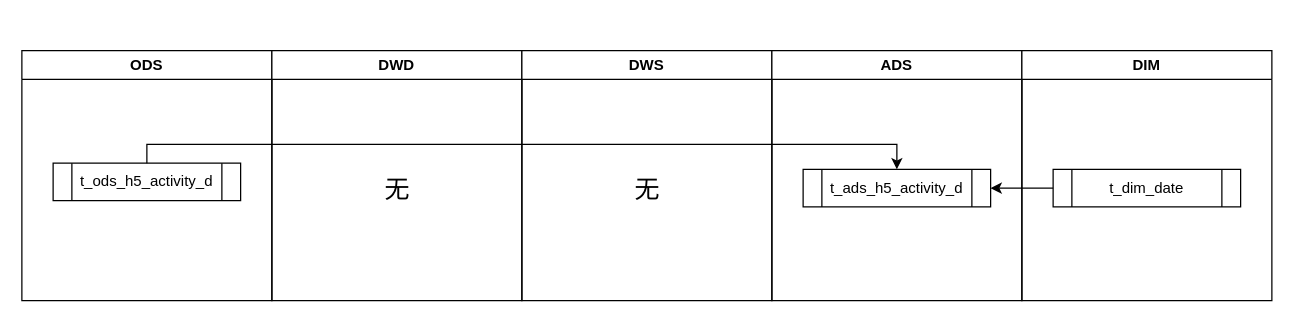
This is H5页面ETL.drawio from shaozc3g/draw_io, a draw.io file, before an edit. Source tidied: cells renumbered, new cells numbered last; positions are measured from the earlier drawing's top-left corner, leaving out a move shared by most shapes. Both pictures are drawn from the tidied source at 125%, with x=0, y=0 at pixel (21, 50).
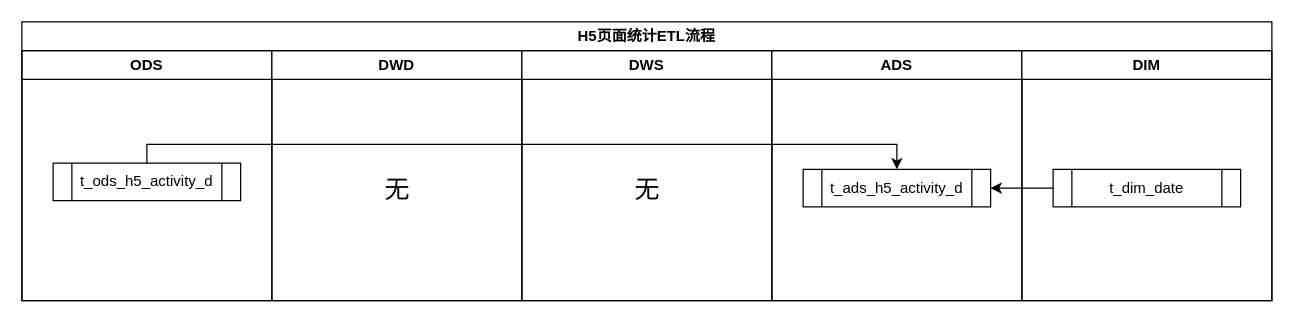
Above is the later version.

Change to the diagram source:
```diff
@@
 <mxGraphModel>
   <root>
     <mxCell id="0" />
     <mxCell id="1" parent="0" />
     <mxCell id="2" value="ODS" style="swimlane;whiteSpace=wrap;html=1;" parent="1" vertex="1">
       <mxGeometry width="200" height="200" as="geometry" />
     </mxCell>
     <mxCell id="3" value="t_ods_h5_activity_d" style="shape=process;whiteSpace=wrap;html=1;backgroundOutline=1;" parent="2" vertex="1">
       <mxGeometry x="25" y="90" width="150" height="30" as="geometry" />
     </mxCell>
     <mxCell id="4" value="DWD" style="swimlane;whiteSpace=wrap;html=1;" parent="1" vertex="1">
       <mxGeometry x="200" width="200" height="200" as="geometry" />
     </mxCell>
     <mxCell id="5" value="无" style="text;html=1;align=center;verticalAlign=middle;strokeColor=none;fillColor=none;fontSize=20;" parent="4" vertex="1">
       <mxGeometry x="80" y="90" width="40" height="40" as="geometry" />
     </mxCell>
     <mxCell id="6" value="DWS" style="swimlane;whiteSpace=wrap;html=1;" parent="1" vertex="1">
       <mxGeometry x="400" width="200" height="200" as="geometry" />
     </mxCell>
     <mxCell id="7" value="无" style="text;html=1;align=center;verticalAlign=middle;strokeColor=none;fillColor=none;fontSize=20;" parent="6" vertex="1">
       <mxGeometry x="80" y="90" width="40" height="40" as="geometry" />
     </mxCell>
     <mxCell id="8" value="ADS" style="swimlane;whiteSpace=wrap;html=1;" parent="1" vertex="1">
       <mxGeometry x="600" width="200" height="200" as="geometry" />
     </mxCell>
     <mxCell id="9" value="t_ads_h5_activity_d" style="shape=process;whiteSpace=wrap;html=1;backgroundOutline=1;" parent="8" vertex="1">
       <mxGeometry x="25" y="95" width="150" height="30" as="geometry" />
     </mxCell>
     <mxCell id="10" value="DIM" style="swimlane;whiteSpace=wrap;html=1;" parent="1" vertex="1">
       <mxGeometry x="800" width="200" height="200" as="geometry" />
     </mxCell>
     <mxCell id="11" value="t_dim_date" style="shape=process;whiteSpace=wrap;html=1;backgroundOutline=1;" parent="10" vertex="1">
       <mxGeometry x="25" y="95" width="150" height="30" as="geometry" />
     </mxCell>
     <mxCell id="12" style="edgeStyle=orthogonalEdgeStyle;rounded=0;jettySize=auto;html=1;" parent="1" edge="1" source="11" target="9">
       <mxGeometry relative="1" as="geometry" />
     </mxCell>
     <mxCell id="13" style="edgeStyle=orthogonalEdgeStyle;rounded=0;jettySize=auto;html=1;entryX=0.5;entryY=0;entryDx=0;entryDy=0;" parent="1" edge="1" source="3" target="9">
       <mxGeometry relative="1" as="geometry">
         <Array as="points">
           <mxPoint x="100" y="75" />
           <mxPoint x="700" y="75" />
         </Array>
       </mxGeometry>
     </mxCell>
+    <mxCell id="14" value="H5页面统计ETL流程" style="swimlane;whiteSpace=wrap;html=1;" parent="1" vertex="1">
+      <mxGeometry y="-23" width="1000" height="223" as="geometry" />
+    </mxCell>
   </root>
 </mxGraphModel>
```
